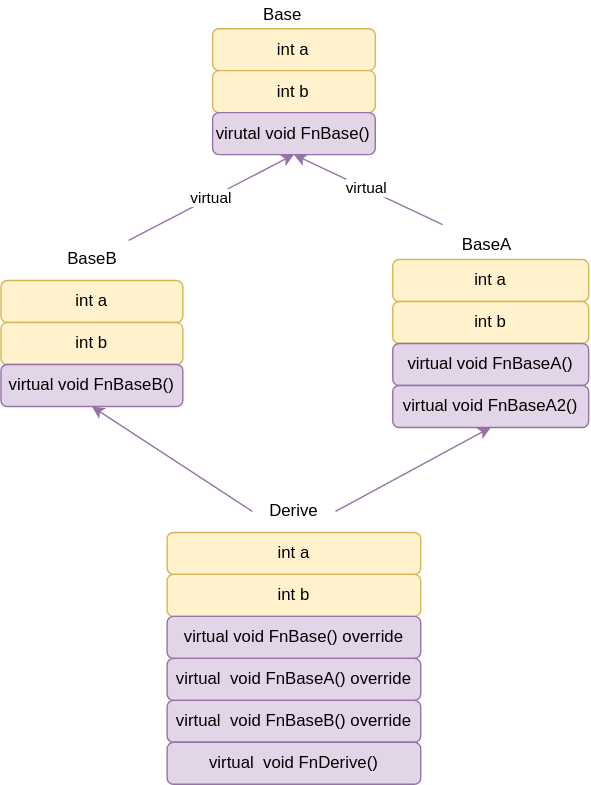
The draw.io diagram Cpp/images/cpp-diamond-hierarchy.svg in jemmy512/software-engineer, before a commit. Source tidied: cells renumbered, new cells last; positions are measured from the earlier drawing's top-left corner, leaving out a move shared by most shapes. Its diagram source:
```xml
<mxGraphModel>
  <root>
    <mxCell id="0" />
    <mxCell id="1" parent="0" />
    <mxCell id="2" value="int a" style="rounded=1;whiteSpace=wrap;html=1;fillColor=#fff2cc;strokeColor=#d6b656;" parent="1" vertex="1">
      <mxGeometry x="151.3" y="20" width="116.2" height="30" as="geometry" />
    </mxCell>
    <mxCell id="3" value="&lt;span style=&quot;text-align: left&quot;&gt;int b&lt;/span&gt;" style="rounded=1;whiteSpace=wrap;html=1;fillColor=#fff2cc;strokeColor=#d6b656;" parent="1" vertex="1">
      <mxGeometry x="151.3" y="50" width="116.2" height="30" as="geometry" />
    </mxCell>
    <mxCell id="4" value="Base" style="text;html=1;strokeColor=none;fillColor=none;align=center;verticalAlign=middle;whiteSpace=wrap;rounded=0;" parent="1" vertex="1">
      <mxGeometry x="163.8" width="75" height="20" as="geometry" />
    </mxCell>
    <mxCell id="5" value="virutal void FnBase()" style="rounded=1;whiteSpace=wrap;html=1;fillColor=#e1d5e7;strokeColor=#9673a6;" parent="1" vertex="1">
      <mxGeometry x="151.3" y="80" width="116.2" height="30" as="geometry" />
    </mxCell>
    <mxCell id="6" value="int a" style="rounded=1;whiteSpace=wrap;html=1;fillColor=#fff2cc;strokeColor=#d6b656;" parent="1" vertex="1">
      <mxGeometry y="200" width="130" height="30" as="geometry" />
    </mxCell>
    <mxCell id="7" value="&lt;span style=&quot;text-align: left&quot;&gt;int b&lt;/span&gt;" style="rounded=1;whiteSpace=wrap;html=1;fillColor=#fff2cc;strokeColor=#d6b656;" parent="1" vertex="1">
      <mxGeometry y="230" width="130" height="30" as="geometry" />
    </mxCell>
    <mxCell id="8" value="virtual" style="edgeStyle=none;rounded=0;jettySize=auto;html=1;entryX=0.5;entryY=1;entryDx=0;entryDy=0;fillColor=#e1d5e7;strokeColor=#9673a6;" parent="1" edge="1" source="9">
      <mxGeometry relative="1" as="geometry">
        <mxPoint x="209.4" y="110" as="targetPoint" />
      </mxGeometry>
    </mxCell>
    <mxCell id="9" value="BaseB" style="text;html=1;strokeColor=none;fillColor=none;align=center;verticalAlign=middle;whiteSpace=wrap;rounded=0;" parent="1" vertex="1">
      <mxGeometry x="38.8" y="170" width="52.5" height="30" as="geometry" />
    </mxCell>
    <mxCell id="10" value="virtual void FnBaseB()" style="rounded=1;whiteSpace=wrap;html=1;fillColor=#e1d5e7;strokeColor=#9673a6;" parent="1" vertex="1">
      <mxGeometry y="260" width="130" height="30" as="geometry" />
    </mxCell>
    <mxCell id="11" value="int a" style="rounded=1;whiteSpace=wrap;html=1;fillColor=#fff2cc;strokeColor=#d6b656;" parent="1" vertex="1">
      <mxGeometry x="280" y="185" width="140" height="30" as="geometry" />
    </mxCell>
    <mxCell id="12" value="&lt;span style=&quot;text-align: left&quot;&gt;int b&lt;/span&gt;" style="rounded=1;whiteSpace=wrap;html=1;fillColor=#fff2cc;strokeColor=#d6b656;" parent="1" vertex="1">
      <mxGeometry x="280" y="215" width="140" height="30" as="geometry" />
    </mxCell>
    <mxCell id="13" style="edgeStyle=none;rounded=0;jettySize=auto;html=1;entryX=0.5;entryY=1;entryDx=0;entryDy=0;fillColor=#e1d5e7;strokeColor=#9673a6;" parent="1" edge="1" source="15">
      <mxGeometry relative="1" as="geometry">
        <mxPoint x="209.4" y="110" as="targetPoint" />
      </mxGeometry>
    </mxCell>
    <mxCell id="14" value="virtual" style="edgeLabel;html=1;align=center;verticalAlign=middle;" parent="13" vertex="1">
      <mxGeometry x="0.04" relative="1" as="geometry" />
    </mxCell>
    <mxCell id="15" value="BaseA" style="text;html=1;strokeColor=none;fillColor=none;align=center;verticalAlign=middle;whiteSpace=wrap;rounded=0;" parent="1" vertex="1">
      <mxGeometry x="310" y="160" width="75" height="30" as="geometry" />
    </mxCell>
    <mxCell id="16" value="virtual void FnBaseA()" style="rounded=1;whiteSpace=wrap;html=1;fillColor=#e1d5e7;strokeColor=#9673a6;" parent="1" vertex="1">
      <mxGeometry x="280" y="245" width="140" height="30" as="geometry" />
    </mxCell>
    <mxCell id="17" value="virtual void FnBaseA2()" style="rounded=1;whiteSpace=wrap;html=1;fillColor=#e1d5e7;strokeColor=#9673a6;" parent="1" vertex="1">
      <mxGeometry x="280" y="275" width="140" height="30" as="geometry" />
    </mxCell>
    <mxCell id="18" value="int a" style="rounded=1;whiteSpace=wrap;html=1;fillColor=#fff2cc;strokeColor=#d6b656;" parent="1" vertex="1">
      <mxGeometry x="118.8" y="380" width="181.2" height="30" as="geometry" />
    </mxCell>
    <mxCell id="19" value="&lt;span style=&quot;text-align: left&quot;&gt;int b&lt;/span&gt;" style="rounded=1;whiteSpace=wrap;html=1;fillColor=#fff2cc;strokeColor=#d6b656;" parent="1" vertex="1">
      <mxGeometry x="118.8" y="410" width="181.2" height="30" as="geometry" />
    </mxCell>
    <mxCell id="20" style="rounded=0;jettySize=auto;html=1;entryX=0.5;entryY=1;entryDx=0;entryDy=0;fillColor=#e1d5e7;strokeColor=#9673a6;exitX=0;exitY=0.5;exitDx=0;exitDy=0;" parent="1" edge="1" source="22" target="10">
      <mxGeometry relative="1" as="geometry" />
    </mxCell>
    <mxCell id="21" style="edgeStyle=none;rounded=0;jettySize=auto;html=1;entryX=0.5;entryY=1;entryDx=0;entryDy=0;fillColor=#e1d5e7;strokeColor=#9673a6;exitX=1;exitY=0.5;exitDx=0;exitDy=0;" parent="1" edge="1" source="22" target="17">
      <mxGeometry relative="1" as="geometry" />
    </mxCell>
    <mxCell id="22" value="Derive" style="text;html=1;strokeColor=none;fillColor=none;align=center;verticalAlign=middle;whiteSpace=wrap;rounded=0;" parent="1" vertex="1">
      <mxGeometry x="179.7" y="350" width="59.4" height="30" as="geometry" />
    </mxCell>
    <mxCell id="23" value="virtual void FnBase() override" style="rounded=1;whiteSpace=wrap;html=1;fillColor=#e1d5e7;strokeColor=#9673a6;" parent="1" vertex="1">
      <mxGeometry x="118.8" y="440" width="181.2" height="30" as="geometry" />
    </mxCell>
    <mxCell id="24" value="virtual&amp;nbsp; void FnBaseA() override" style="rounded=1;whiteSpace=wrap;html=1;fillColor=#e1d5e7;strokeColor=#9673a6;" parent="1" vertex="1">
      <mxGeometry x="118.8" y="470" width="181.2" height="30" as="geometry" />
    </mxCell>
    <mxCell id="25" value="virtual&amp;nbsp; void FnBaseB() override" style="rounded=1;whiteSpace=wrap;html=1;fillColor=#e1d5e7;strokeColor=#9673a6;" parent="1" vertex="1">
      <mxGeometry x="118.8" y="500" width="181.2" height="30" as="geometry" />
    </mxCell>
    <mxCell id="26" value="virtual&amp;nbsp; void FnDerive()" style="rounded=1;whiteSpace=wrap;html=1;fillColor=#e1d5e7;strokeColor=#9673a6;" parent="1" vertex="1">
      <mxGeometry x="118.8" y="530" width="181.2" height="30" as="geometry" />
    </mxCell>
  </root>
</mxGraphModel>
```
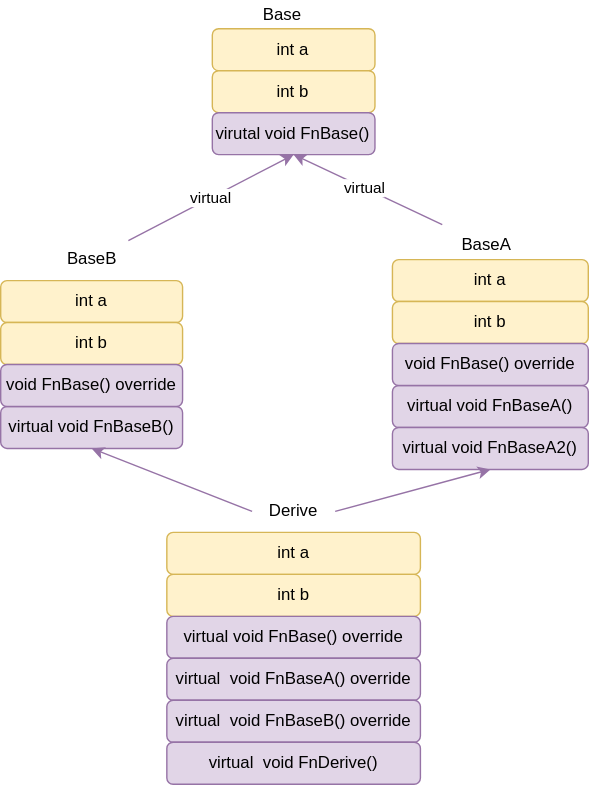
After the commit.

What changed in the source:
```diff
@@ -29,7 +29,7 @@
       <mxGeometry x="38.8" y="170" width="52.5" height="30" as="geometry" />
     </mxCell>
     <mxCell id="10" value="virtual void FnBaseB()" style="rounded=1;whiteSpace=wrap;html=1;fillColor=#e1d5e7;strokeColor=#9673a6;" parent="1" vertex="1">
-      <mxGeometry y="260" width="130" height="30" as="geometry" />
+      <mxGeometry y="290" width="130" height="30" as="geometry" />
     </mxCell>
     <mxCell id="11" value="int a" style="rounded=1;whiteSpace=wrap;html=1;fillColor=#fff2cc;strokeColor=#d6b656;" parent="1" vertex="1">
       <mxGeometry x="280" y="185" width="140" height="30" as="geometry" />
@@ -49,10 +49,10 @@
       <mxGeometry x="310" y="160" width="75" height="30" as="geometry" />
     </mxCell>
     <mxCell id="16" value="virtual void FnBaseA()" style="rounded=1;whiteSpace=wrap;html=1;fillColor=#e1d5e7;strokeColor=#9673a6;" parent="1" vertex="1">
-      <mxGeometry x="280" y="245" width="140" height="30" as="geometry" />
+      <mxGeometry x="280" y="275" width="140" height="30" as="geometry" />
     </mxCell>
     <mxCell id="17" value="virtual void FnBaseA2()" style="rounded=1;whiteSpace=wrap;html=1;fillColor=#e1d5e7;strokeColor=#9673a6;" parent="1" vertex="1">
-      <mxGeometry x="280" y="275" width="140" height="30" as="geometry" />
+      <mxGeometry x="280" y="305" width="140" height="30" as="geometry" />
     </mxCell>
     <mxCell id="18" value="int a" style="rounded=1;whiteSpace=wrap;html=1;fillColor=#fff2cc;strokeColor=#d6b656;" parent="1" vertex="1">
       <mxGeometry x="118.8" y="380" width="181.2" height="30" as="geometry" />
@@ -81,5 +81,11 @@
     <mxCell id="26" value="virtual&amp;nbsp; void FnDerive()" style="rounded=1;whiteSpace=wrap;html=1;fillColor=#e1d5e7;strokeColor=#9673a6;" parent="1" vertex="1">
       <mxGeometry x="118.8" y="530" width="181.2" height="30" as="geometry" />
     </mxCell>
+    <mxCell id="27" value="void FnBase() override" style="rounded=1;whiteSpace=wrap;html=1;fillColor=#e1d5e7;strokeColor=#9673a6;" parent="1" vertex="1">
+      <mxGeometry y="260" width="130" height="30" as="geometry" />
+    </mxCell>
+    <mxCell id="28" value="void FnBase() override" style="rounded=1;whiteSpace=wrap;html=1;fillColor=#e1d5e7;strokeColor=#9673a6;" parent="1" vertex="1">
+      <mxGeometry x="280" y="245" width="140" height="30" as="geometry" />
+    </mxCell>
   </root>
 </mxGraphModel>
```
